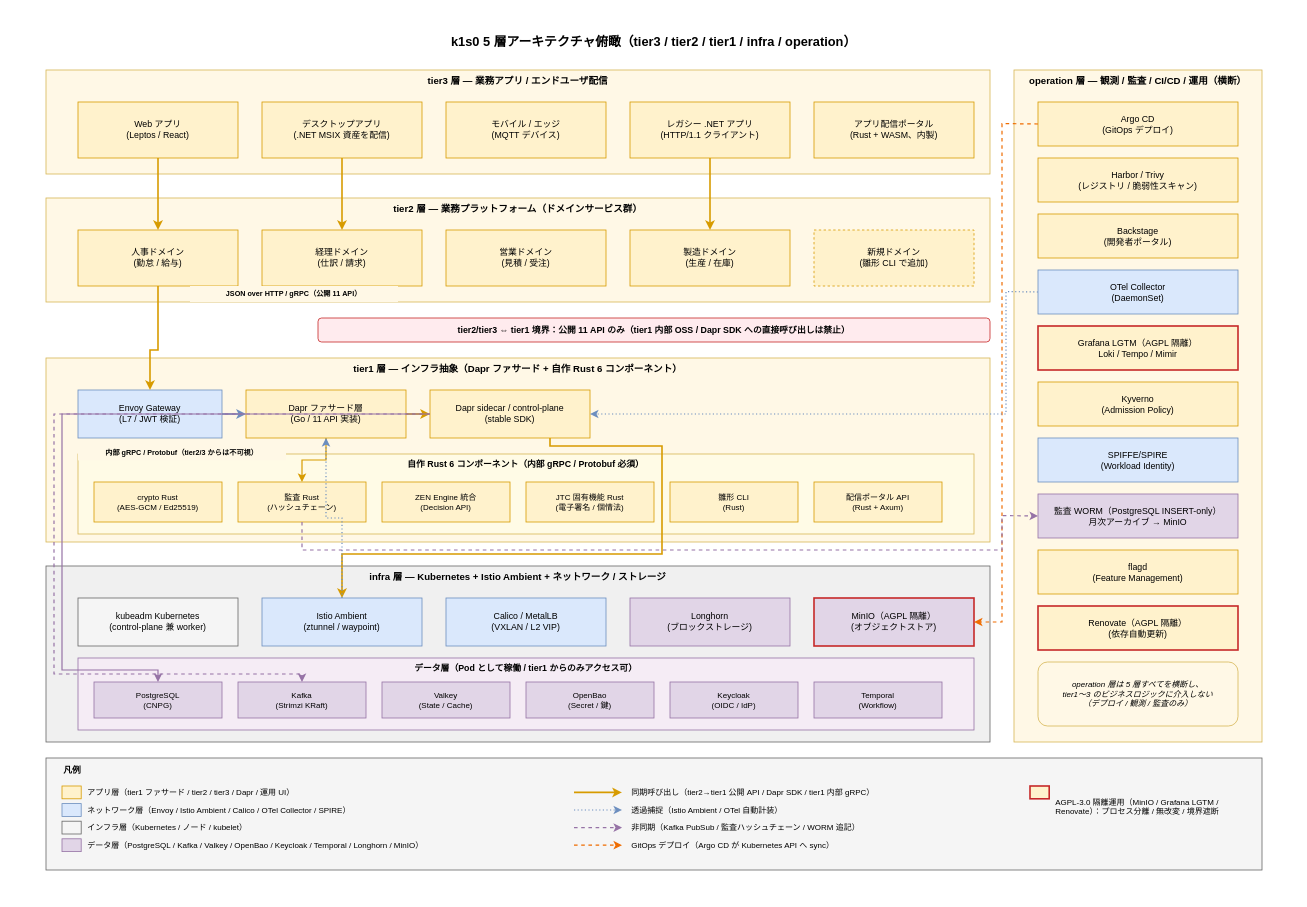
This is docs/04_概要設計/10_システム方式設計/img/5層アーキテクチャ.drawio from RyuheiKiso/k1s0, a draw.io file, before an edit. Source tidied: cells renumbered, new cells numbered last; positions are measured from the earlier drawing's top-left corner, leaving out a move shared by most shapes. Both pictures are drawn from the tidied source at 80%, with x=0, y=0 at pixel (14, 14).
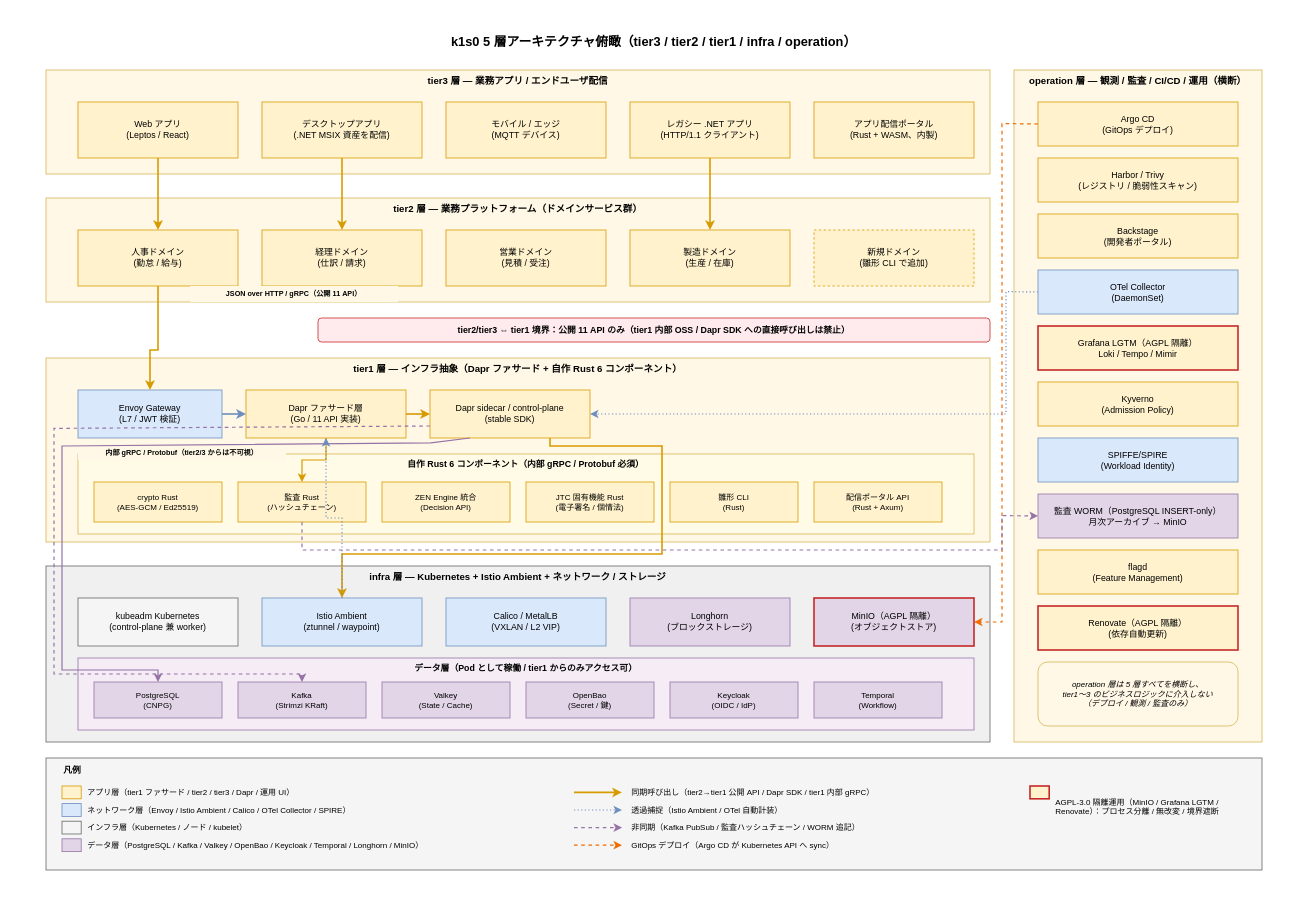
After the change.

The change refers to these unchanged cells:
```xml
<mxCell id="20" value="Dapr sidecar / control-plane&#10;(stable SDK)" style="rounded=0;whiteSpace=wrap;html=1;fillColor=#fff2cc;strokeColor=#d79b00;fontSize=11;" parent="1" vertex="1">
  <mxGeometry x="520" y="470" width="200" height="60" as="geometry" />
</mxCell>
<mxCell id="35" value="PostgreSQL&#10;(CNPG)" style="rounded=0;whiteSpace=wrap;html=1;fillColor=#e1d5e7;strokeColor=#9673a6;fontSize=10;" parent="1" vertex="1">
  <mxGeometry x="100" y="835" width="160" height="45" as="geometry" />
</mxCell>
<mxCell id="36" value="Kafka&#10;(Strimzi KRaft)" style="rounded=0;whiteSpace=wrap;html=1;fillColor=#e1d5e7;strokeColor=#9673a6;fontSize=10;" parent="1" vertex="1">
  <mxGeometry x="280" y="835" width="160" height="45" as="geometry" />
</mxCell>
```

Change to the diagram source:
```diff
@@
-    <mxCell id="63" style="edgeStyle=none;rounded=0;html=1;strokeWidth=1.5;strokeColor=#9673a6;exitX=0;exitY=0.5;entryX=0.5;entryY=0;" parent="1" edge="1" source="20" target="35">
+    <mxCell id="63" style="edgeStyle=none;rounded=0;html=1;strokeWidth=1.5;strokeColor=#9673a6;exitX=0.25;exitY=1;entryX=0.5;entryY=0;exitDx=0;exitDy=0;" parent="1" edge="1" source="20" target="35">
       <mxGeometry relative="1" as="geometry">
         <Array as="points">
-          <mxPoint x="60" y="500" />
+          <mxPoint x="521" y="536" />
+          <mxPoint x="60" y="540" />
           <mxPoint x="60" y="820" />
           <mxPoint x="180" y="820" />
         </Array>
       </mxGeometry>
     </mxCell>
-    <mxCell id="64" style="edgeStyle=none;rounded=0;html=1;strokeWidth=1.5;strokeColor=#9673a6;dashed=1;exitX=0;exitY=0.5;entryX=0.5;entryY=0;" parent="1" edge="1" source="20" target="36">
+    <mxCell id="64" style="edgeStyle=none;rounded=0;html=1;strokeWidth=1.5;strokeColor=#9673a6;dashed=1;exitX=0;exitY=0.75;entryX=0.5;entryY=0;exitDx=0;exitDy=0;" parent="1" edge="1" source="20" target="36">
       <mxGeometry relative="1" as="geometry">
         <Array as="points">
-          <mxPoint x="50" y="500" />
+          <mxPoint x="50" y="518" />
           <mxPoint x="50" y="825" />
           <mxPoint x="360" y="825" />
         </Array>
       </mxGeometry>
     </mxCell>
```
